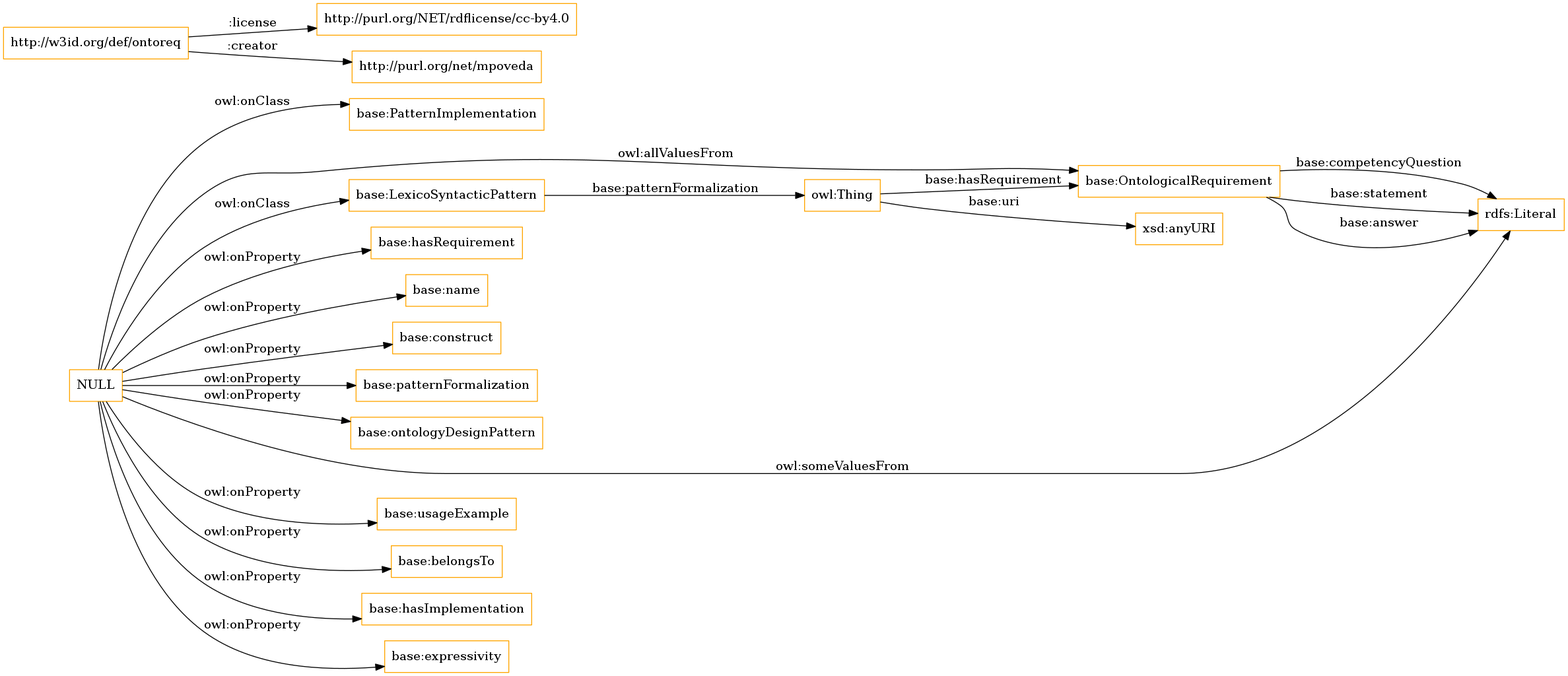
The Graphviz diagram OnToology/ontology/ontology.owl/diagrams/ar2dtool-class/ontology.owl.png in albaizq/ontoreq-ontology, before a commit. Its source is kept beside it as OnToology/ontology/ontology.owl/diagrams/ar2dtool-class/ontology.owl.png.dot.
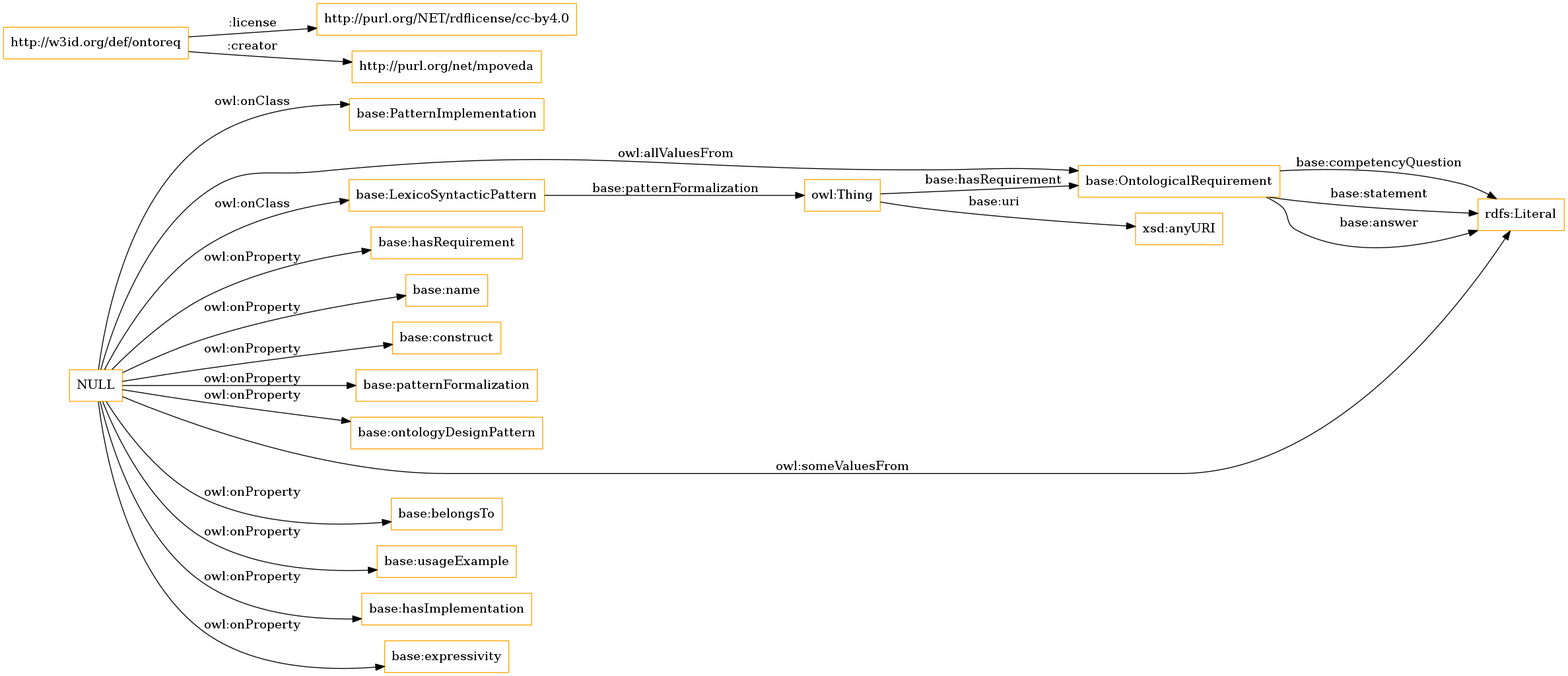
Above is the later version.

What changed in the source:
```diff
@@ -10,8 +10,8 @@
 	"NULL" -> "base:patternFormalization" [ label = "owl:onProperty" ];
 	"NULL" -> "base:ontologyDesignPattern" [ label = "owl:onProperty" ];
 	"NULL" -> "rdfs:Literal" [ label = "owl:someValuesFrom" ];
+	"NULL" -> "base:belongsTo" [ label = "owl:onProperty" ];
 	"NULL" -> "base:usageExample" [ label = "owl:onProperty" ];
-	"NULL" -> "base:belongsTo" [ label = "owl:onProperty" ];
 	"NULL" -> "base:PatternImplementation" [ label = "owl:onClass" ];
 	"NULL" -> "base:OntologicalRequirement" [ label = "owl:allValuesFrom" ];
 	"NULL" -> "base:hasImplementation" [ label = "owl:onProperty" ];
```
